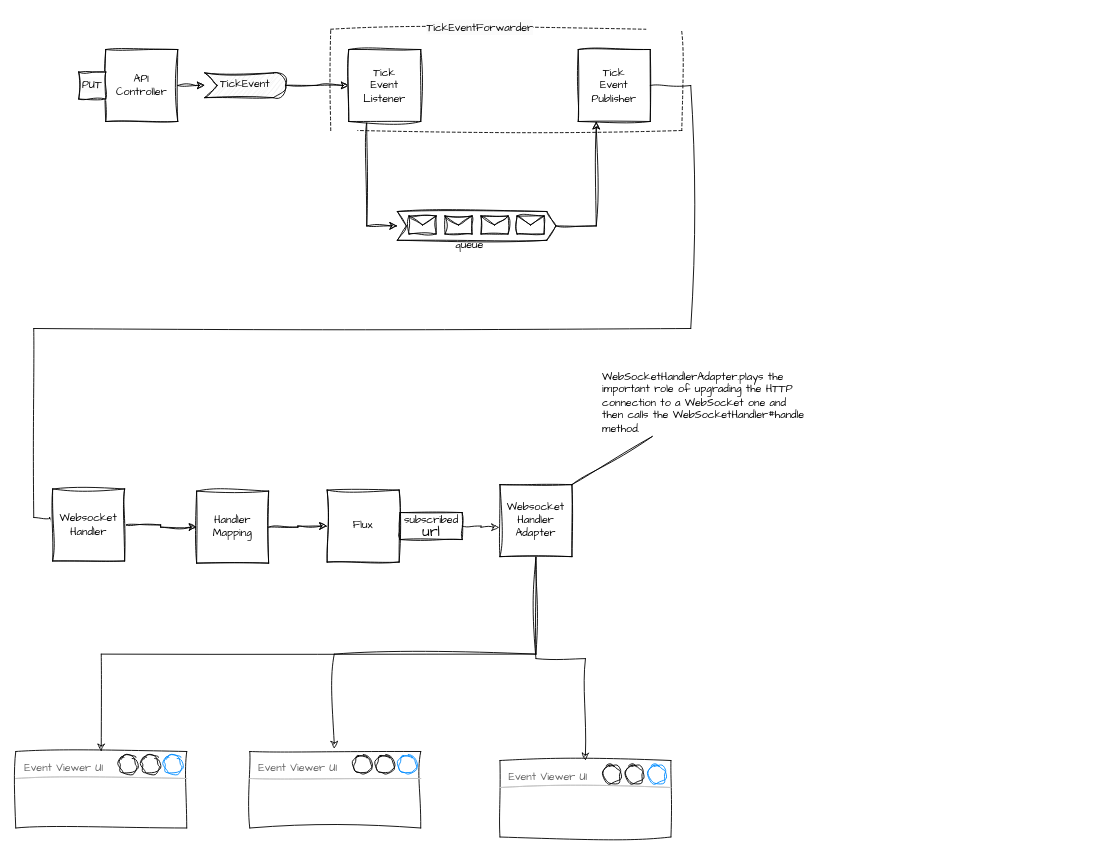
The draw.io diagram page "ticker-api-event-trigger" (2 of 3) of exhibits/02-simple-websocket-app/notes/readme-diagrams.drawio in mp30028/tryout-websockets, before the edit. Source tidied: cells renumbered, new cells numbered last; positions are measured from the earlier drawing's top-left corner, leaving out a move shared by most shapes. Both pictures are drawn from the tidied source at 90%, with x=0, y=0 at pixel (15, 15).
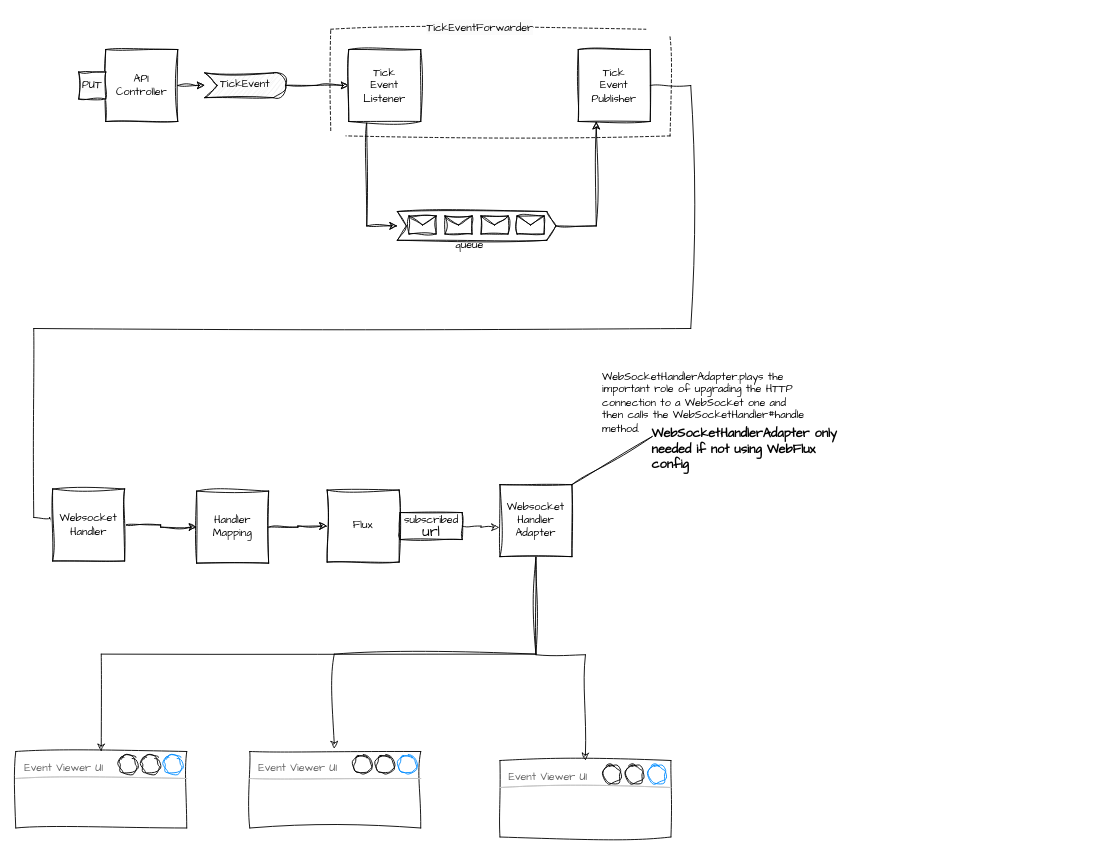
Above is the later version.

The change refers to these unchanged cells:
```xml
<mxCell id="23" value="&lt;font style=&quot;font-size: 12px;&quot;&gt;Event Viewer UI&lt;/font&gt;" style="strokeWidth=1;shadow=0;dashed=0;align=center;html=1;shape=mxgraph.mockup.containers.window;align=left;verticalAlign=top;spacingLeft=8;strokeColor2=#008cff;strokeColor3=#c4c4c4;fontColor=#666666;mainText=;fontSize=17;labelBackgroundColor=none;whiteSpace=wrap;sketch=1;hachureGap=4;jiggle=2;curveFitting=1;fontFamily=Architects Daughter;disableMultiStroke=1;disableMultiStrokeFill=1;" parent="1" vertex="1">
  <mxGeometry x="538" y="827.5" width="190" height="85" as="geometry" />
</mxCell>
<mxCell id="42" value="Websocket&lt;br&gt;Handler&lt;br&gt;Adapter" style="whiteSpace=wrap;html=1;sketch=1;hachureGap=4;jiggle=2;curveFitting=1;fontFamily=Architects Daughter;" parent="1" vertex="1">
  <mxGeometry x="538" y="521" width="80" height="80" as="geometry" />
</mxCell>
```

Diff of the diagram source:
```diff
@@
     <mxCell id="3" style="shape=partialRectangle;whiteSpace=wrap;html=1;top=0;left=0;fillColor=none;sketch=1;hachureGap=4;jiggle=2;curveFitting=1;fontFamily=Architects Daughter;dashed=1;disableMultiStrokeFill=1;disableMultiStroke=1;" parent="1" vertex="1">
-      <mxGeometry x="380" y="17.5" width="360" height="110" as="geometry" />
+      <mxGeometry x="367" y="23.5" width="360" height="110" as="geometry" />
     </mxCell>
@@
     <mxCell id="25" style="edgeStyle=orthogonalEdgeStyle;rounded=0;sketch=1;hachureGap=4;jiggle=2;curveFitting=1;jettySize=auto;html=1;fontFamily=Architects Daughter;disableMultiStroke=1;exitX=0.5;exitY=1;exitDx=0;exitDy=0;" parent="1" edge="1" source="42" target="23">
-      <mxGeometry relative="1" as="geometry" />
+      <mxGeometry relative="1" as="geometry">
+        <Array as="points">
+          <mxPoint x="578" y="710" />
+          <mxPoint x="633" y="710" />
+        </Array>
+      </mxGeometry>
     </mxCell>
@@
-    <mxCell id="32" style="ellipse;whiteSpace=wrap;html=1;hachureGap=4;fontFamily=Architects Daughter;strokeWidth=0;strokeColor=none;" parent="1" vertex="1">
-      <mxGeometry x="1180" y="863.5" width="10" height="10" as="geometry" />
-    </mxCell>
@@
+    <mxCell id="43" value="WebSocketHandlerAdapter only needed if not using WebFlux config" style="text;whiteSpace=wrap;fontFamily=Architects Daughter;fontStyle=1;fontSize=14;" parent="1" vertex="1">
+      <mxGeometry x="705" y="450" width="220" height="50" as="geometry" />
+    </mxCell>
```
